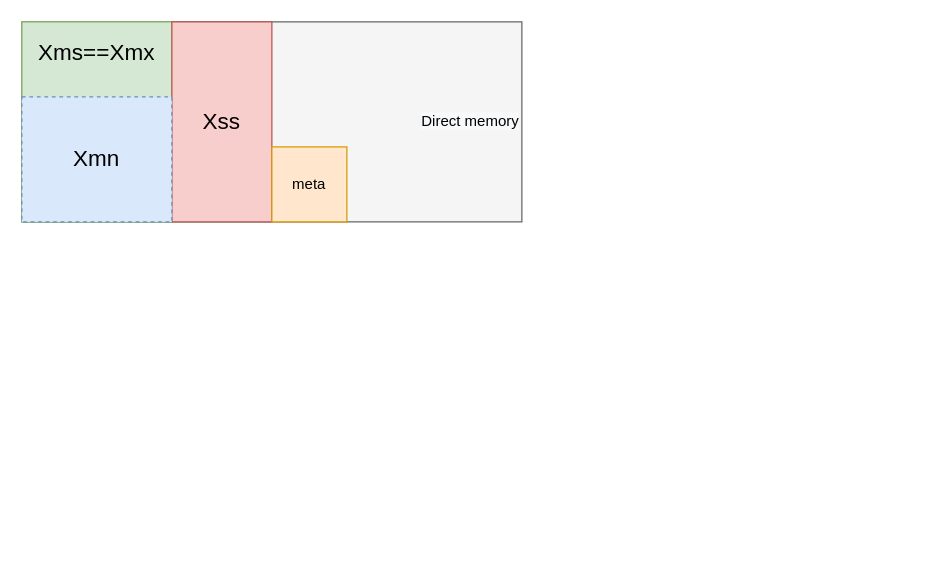
The draw.io diagram basic/src/main/java/com/understandjvm/gk/内存关系.drawio in chenzg2016/ds_play, before the edit. Source tidied: cells renumbered, new cells numbered last; positions are measured from the earlier drawing's top-left corner, leaving out a move shared by most shapes. Both pictures are drawn from the tidied source at 125%, with x=0, y=0 at pixel (21, 21).
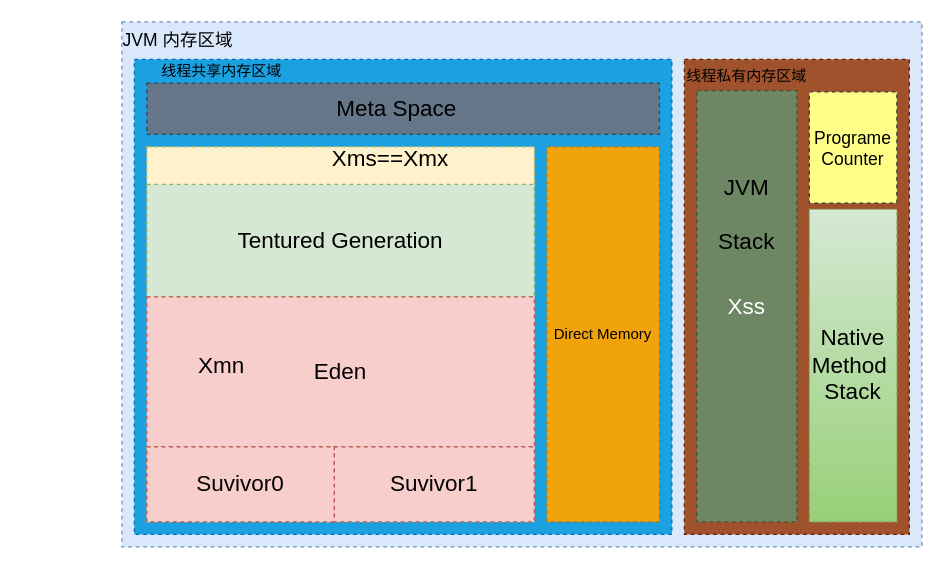
The same page after the edit.

The edit, as a diff of the source:
```diff
@@
-    <mxCell id="2" value="&lt;span style=&quot;color: rgb(0, 0, 0); font-family: helvetica; font-size: 12px; font-style: normal; font-weight: 400; letter-spacing: normal; text-align: center; text-indent: 0px; text-transform: none; word-spacing: 0px; background-color: rgb(248, 249, 250); display: inline; float: none;&quot;&gt;Direct memory&lt;/span&gt;" style="rounded=0;whiteSpace=wrap;html=1;align=right;fillColor=#f5f5f5;strokeColor=#666666;fontColor=#333333;" parent="1" vertex="1">
-      <mxGeometry width="400" height="160" as="geometry" />
-    </mxCell>
-    <mxCell id="3" style="rounded=0;whiteSpace=wrap;html=1;fillColor=#d5e8d4;strokeColor=#82b366;" parent="1" vertex="1">
-      <mxGeometry width="120" height="160" as="geometry" />
-    </mxCell>
+    <mxCell id="8" style="rounded=0;whiteSpace=wrap;html=1;dashed=1;fillColor=#dae8fc;strokeColor=#6c8ebf;" parent="1" vertex="1">
+      <mxGeometry x="80" width="640" height="420" as="geometry" />
+    </mxCell>
+    <mxCell id="9" style="rounded=0;whiteSpace=wrap;html=1;dashed=1;fillColor=#1ba1e2;strokeColor=#006EAF;fontColor=#ffffff;" parent="1" vertex="1">
+      <mxGeometry x="90" y="30" width="430" height="380" as="geometry" />
+    </mxCell>
+    <mxCell id="10" value="&lt;font style=&quot;font-size: 14px&quot;&gt;JVM 内存区域&lt;/font&gt;" style="text;html=1;strokeColor=none;fillColor=none;align=center;verticalAlign=middle;whiteSpace=wrap;rounded=0;dashed=1;" parent="1" vertex="1">
+      <mxGeometry x="80" width="90" height="30" as="geometry" />
+    </mxCell>
+    <mxCell id="11" style="rounded=0;whiteSpace=wrap;html=1;dashed=1;fillColor=#fff2cc;strokeColor=#d6b656;" parent="1" vertex="1">
+      <mxGeometry x="100" y="100" width="310" height="300" as="geometry" />
+    </mxCell>
+    <mxCell id="12" value="&lt;font style=&quot;font-size: 18px&quot;&gt;Tentured Generation&lt;/font&gt;" style="rounded=0;whiteSpace=wrap;html=1;dashed=1;fillColor=#d5e8d4;strokeColor=#82b366;" parent="1" vertex="1">
+      <mxGeometry x="100" y="130" width="310" height="90" as="geometry" />
+    </mxCell>
+    <mxCell id="7" value="&lt;span style=&quot;font-size: 18px ; text-align: justify&quot;&gt;Xms==Xmx&lt;/span&gt;" style="text;html=1;strokeColor=none;fillColor=none;align=center;verticalAlign=middle;whiteSpace=wrap;rounded=0;dashed=1;" parent="1" vertex="1">
+      <mxGeometry x="250" y="100" width="90" height="20" as="geometry" />
+    </mxCell>
+    <mxCell id="13" value="&lt;font style=&quot;font-size: 18px&quot;&gt;Eden&lt;/font&gt;" style="rounded=0;whiteSpace=wrap;html=1;dashed=1;fillColor=#f8cecc;strokeColor=#b85450;" parent="1" vertex="1">
+      <mxGeometry x="100" y="220" width="310" height="120" as="geometry" />
+    </mxCell>
+    <mxCell id="6" value="&lt;span style=&quot;font-size: 18px&quot;&gt;Xmn&lt;/span&gt;" style="text;html=1;strokeColor=none;fillColor=none;align=center;verticalAlign=middle;whiteSpace=wrap;rounded=0;dashed=1;" parent="1" vertex="1">
+      <mxGeometry x="130" y="260" width="60" height="30" as="geometry" />
+    </mxCell>
+    <mxCell id="14" value="&lt;font style=&quot;font-size: 18px&quot;&gt;Suvivor0&lt;/font&gt;" style="rounded=0;whiteSpace=wrap;html=1;dashed=1;fillColor=#f8cecc;strokeColor=#b85450;" parent="1" vertex="1">
+      <mxGeometry x="100" y="340" width="150" height="60" as="geometry" />
+    </mxCell>
+    <mxCell id="15" value="&lt;span&gt;&lt;font style=&quot;font-size: 18px&quot;&gt;Suvivor1&lt;/font&gt;&lt;/span&gt;" style="rounded=0;whiteSpace=wrap;html=1;dashed=1;fillColor=#f8cecc;strokeColor=#b85450;" parent="1" vertex="1">
+      <mxGeometry x="250" y="340" width="160" height="60" as="geometry" />
+    </mxCell>
+    <mxCell id="16" style="rounded=0;whiteSpace=wrap;html=1;dashed=1;fillColor=#647687;strokeColor=#314354;fontColor=#ffffff;" parent="1" vertex="1">
+      <mxGeometry x="100" y="49" width="410" height="41" as="geometry" />
+    </mxCell>
+    <mxCell id="17" value="Direct Memory" style="rounded=0;whiteSpace=wrap;html=1;dashed=1;fillColor=#f0a30a;strokeColor=#BD7000;fontColor=#000000;" parent="1" vertex="1">
+      <mxGeometry x="420" y="100" width="90" height="300" as="geometry" />
+    </mxCell>
+    <mxCell id="18" value="线程共享内存区域" style="text;html=1;strokeColor=none;fillColor=none;align=center;verticalAlign=middle;whiteSpace=wrap;rounded=0;dashed=1;" parent="1" vertex="1">
+      <mxGeometry x="110" y="30" width="100" height="20" as="geometry" />
+    </mxCell>
+    <mxCell id="19" value="&lt;font style=&quot;font-size: 18px&quot;&gt;Meta Space&lt;/font&gt;" style="text;html=1;strokeColor=none;fillColor=none;align=center;verticalAlign=middle;whiteSpace=wrap;rounded=0;dashed=1;" parent="1" vertex="1">
+      <mxGeometry x="230" y="54.5" width="140" height="30" as="geometry" />
+    </mxCell>
+    <mxCell id="20" style="rounded=0;whiteSpace=wrap;html=1;dashed=1;fillColor=#a0522d;strokeColor=#6D1F00;fontColor=#ffffff;" parent="1" vertex="1">
+      <mxGeometry x="530" y="30" width="180" height="380" as="geometry" />
+    </mxCell>
+    <mxCell id="21" value="线程私有内存区域" style="text;html=1;strokeColor=none;fillColor=none;align=center;verticalAlign=middle;whiteSpace=wrap;rounded=0;dashed=1;" parent="1" vertex="1">
+      <mxGeometry x="530" y="34" width="100" height="20" as="geometry" />
+    </mxCell>
-    <mxCell id="4" value="&lt;font style=&quot;font-size: 18px&quot;&gt;Xss&lt;/font&gt;" style="rounded=0;whiteSpace=wrap;html=1;fillColor=#f8cecc;strokeColor=#b85450;" parent="1" vertex="1">
-      <mxGeometry x="120" width="80" height="160" as="geometry" />
+    <mxCell id="4" value="&lt;font style=&quot;font-size: 18px&quot;&gt;Xss&lt;/font&gt;" style="rounded=0;whiteSpace=wrap;html=1;dashed=1;fillColor=#6d8764;strokeColor=#3A5431;fontColor=#ffffff;" parent="1" vertex="1">
+      <mxGeometry x="540" y="55" width="80" height="345" as="geometry" />
     </mxCell>
-    <mxCell id="5" value="meta" style="rounded=0;whiteSpace=wrap;html=1;fillColor=#ffe6cc;strokeColor=#d79b00;" parent="1" vertex="1">
-      <mxGeometry x="200" y="100" width="60" height="60" as="geometry" />
-    </mxCell>
-    <mxCell id="6" value="&lt;font style=&quot;font-size: 18px&quot;&gt;Xmn&lt;/font&gt;" style="rounded=0;whiteSpace=wrap;html=1;dashed=1;fillColor=#dae8fc;strokeColor=#6c8ebf;" parent="1" vertex="1">
-      <mxGeometry y="60" width="120" height="100" as="geometry" />
-    </mxCell>
-    <mxCell id="7" value="&lt;span style=&quot;font-size: 18px ; text-align: justify&quot;&gt;Xms==Xmx&lt;/span&gt;" style="text;html=1;strokeColor=none;fillColor=none;align=center;verticalAlign=middle;whiteSpace=wrap;rounded=0;" parent="1" vertex="1">
-      <mxGeometry x="30" y="10" width="60" height="30" as="geometry" />
-    </mxCell>
+    <mxCell id="22" value="&lt;font style=&quot;font-size: 14px&quot;&gt;Programe&lt;br&gt;Counter&lt;/font&gt;" style="rounded=0;whiteSpace=wrap;html=1;dashed=1;fillColor=#ffff88;strokeColor=#36393d;" parent="1" vertex="1">
+      <mxGeometry x="630" y="56" width="70" height="89" as="geometry" />
+    </mxCell>
+    <mxCell id="23" value="&lt;font style=&quot;font-size: 18px&quot;&gt;Native Method&amp;nbsp;&lt;br&gt;Stack&lt;/font&gt;" style="rounded=0;whiteSpace=wrap;html=1;dashed=1;fillColor=#d5e8d4;strokeColor=#82b366;gradientColor=#97d077;" parent="1" vertex="1">
+      <mxGeometry x="630" y="150" width="70" height="250" as="geometry" />
+    </mxCell>
+    <mxCell id="24" value="&lt;font style=&quot;font-size: 18px&quot;&gt;JVM&lt;br&gt;&lt;br&gt;Stack&lt;/font&gt;" style="text;html=1;strokeColor=none;fillColor=none;align=center;verticalAlign=middle;whiteSpace=wrap;rounded=0;dashed=1;" parent="1" vertex="1">
+      <mxGeometry x="550" y="140" width="60" height="30" as="geometry" />
+    </mxCell>
```
